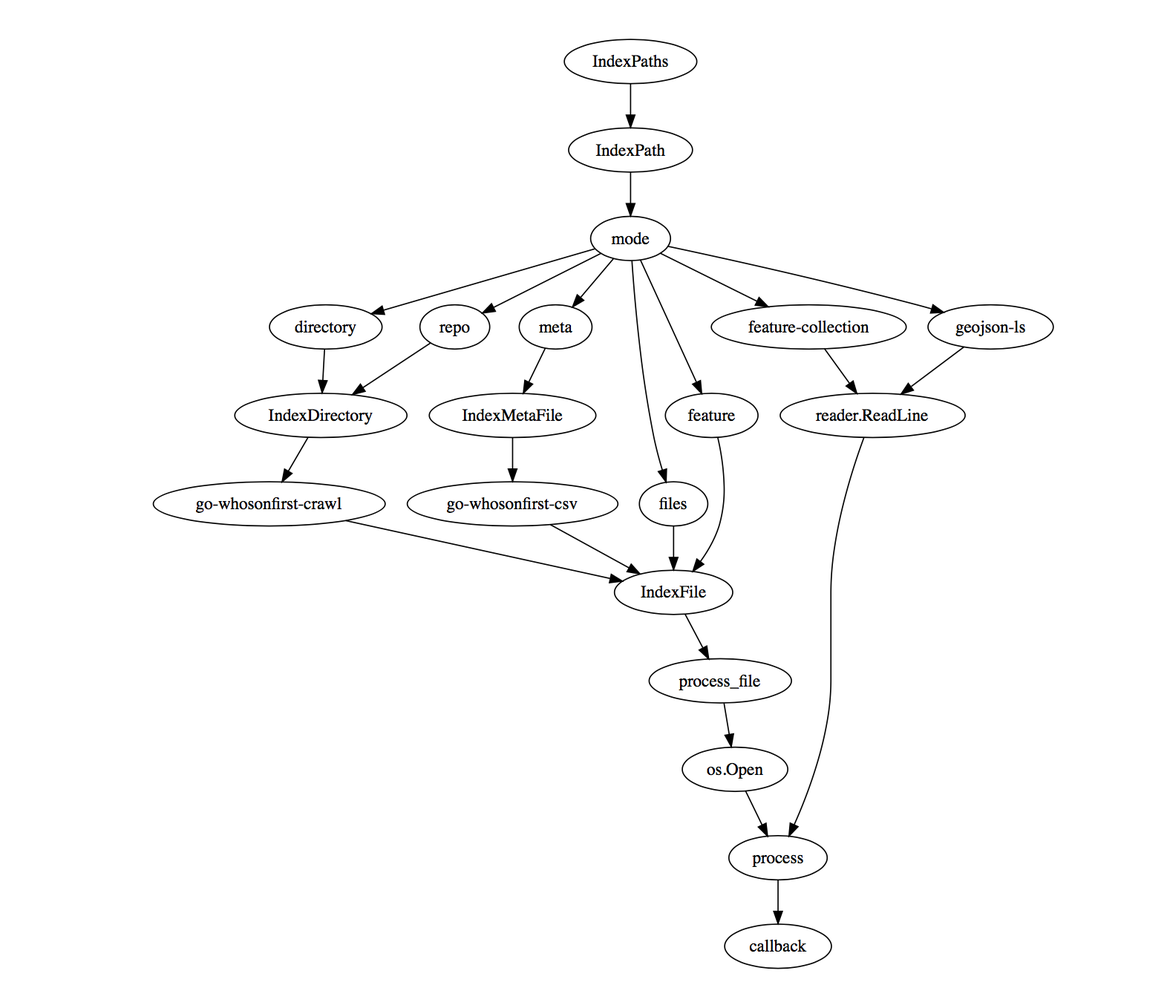
This is docs/go-whosonfirst-index.png from whosonfirst/go-whosonfirst-index, a Graphviz export, as it was before one commit. Its source is kept beside it as docs/go-whosonfirst-index.dot.
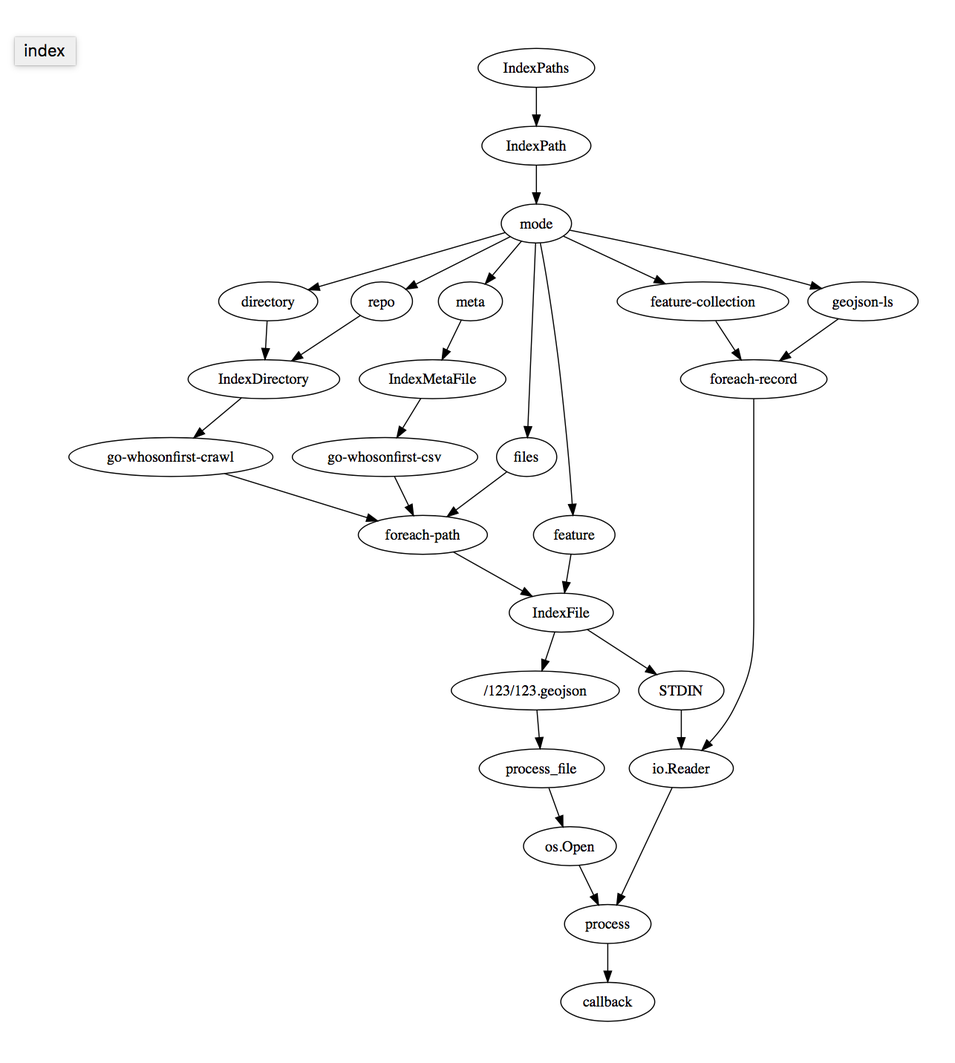
The same file after the commit.

Change to the diagram source:
```diff
@@ -9,18 +9,23 @@
 	feature -> IndexFile;
 	mode -> "feature-collection";
 	mode -> "geojson-ls";
-	"geojson-ls" -> "reader.ReadLine";
-	"feature-collection" -> "reader.ReadLine";
-	"reader.ReadLine" -> process;
-	files -> IndexFile;
+	"geojson-ls" -> "foreach-record";
+	"foreach-record" -> "io.Reader";
+	"feature-collection" -> "foreach-record";
+	"foreach-path" -> IndexFile;
+	files -> "foreach-path";
 	meta -> IndexMetaFile;
 	IndexMetaFile -> "go-whosonfirst-csv";
-	"go-whosonfirst-csv" -> IndexFile;
+	"go-whosonfirst-csv" -> "foreach-path";
 	repo -> IndexDirectory;
 	directory -> IndexDirectory;
 	IndexDirectory -> "go-whosonfirst-crawl";
-	"go-whosonfirst-crawl" -> IndexFile;
-	IndexFile -> process_file;
+	"go-whosonfirst-crawl" -> "foreach-path";
+	IndexFile -> "STDIN";
+	"STDIN" -> "io.Reader";
+	"io.Reader" -> process;
+	IndexFile -> "/123/123.geojson";
+	"/123/123.geojson" -> process_file;
 	process_file -> "os.Open";
 	"os.Open" -> process;
 	process -> callback;
```
